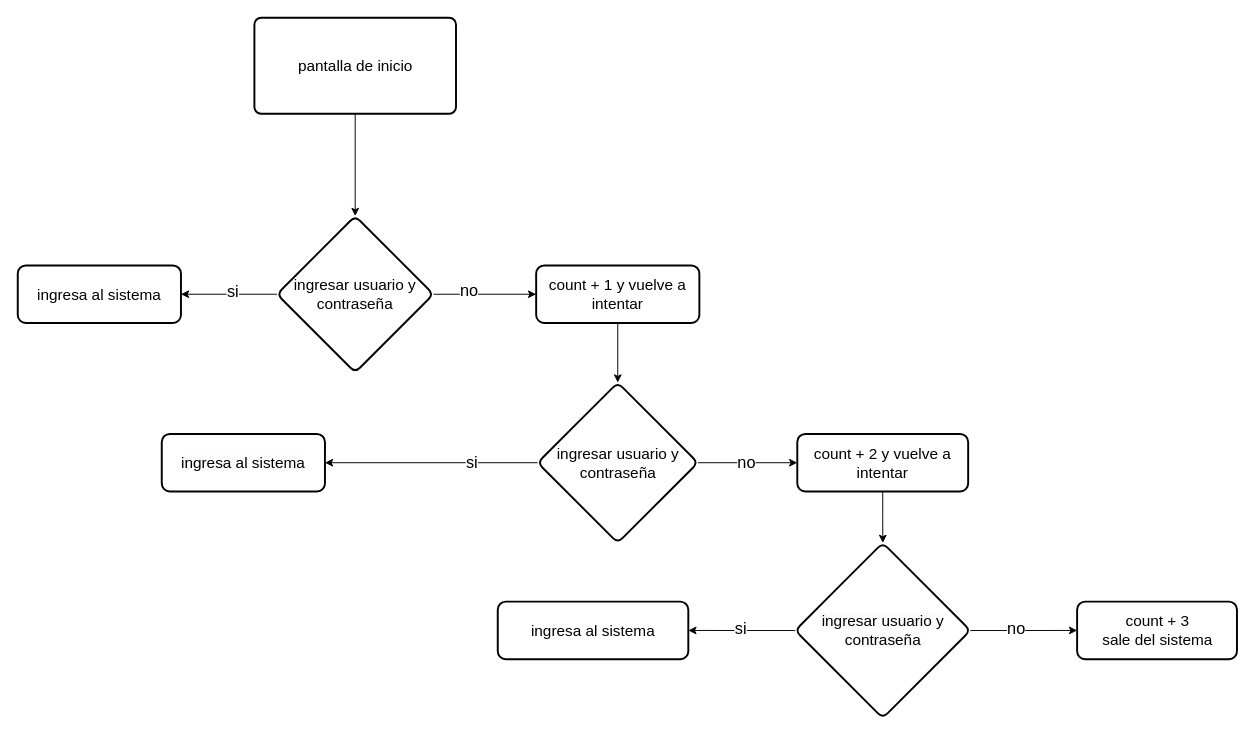
The draw.io diagram Diagrama sin título.drawio in cuerojr/tp-1-ayed, before the edit. Source tidied: cells renumbered, new cells numbered last; positions are measured from the earlier drawing's top-left corner, leaving out a move shared by most shapes. Both pictures are drawn from the tidied source at 96%, with x=0, y=0 at pixel (17, 17).
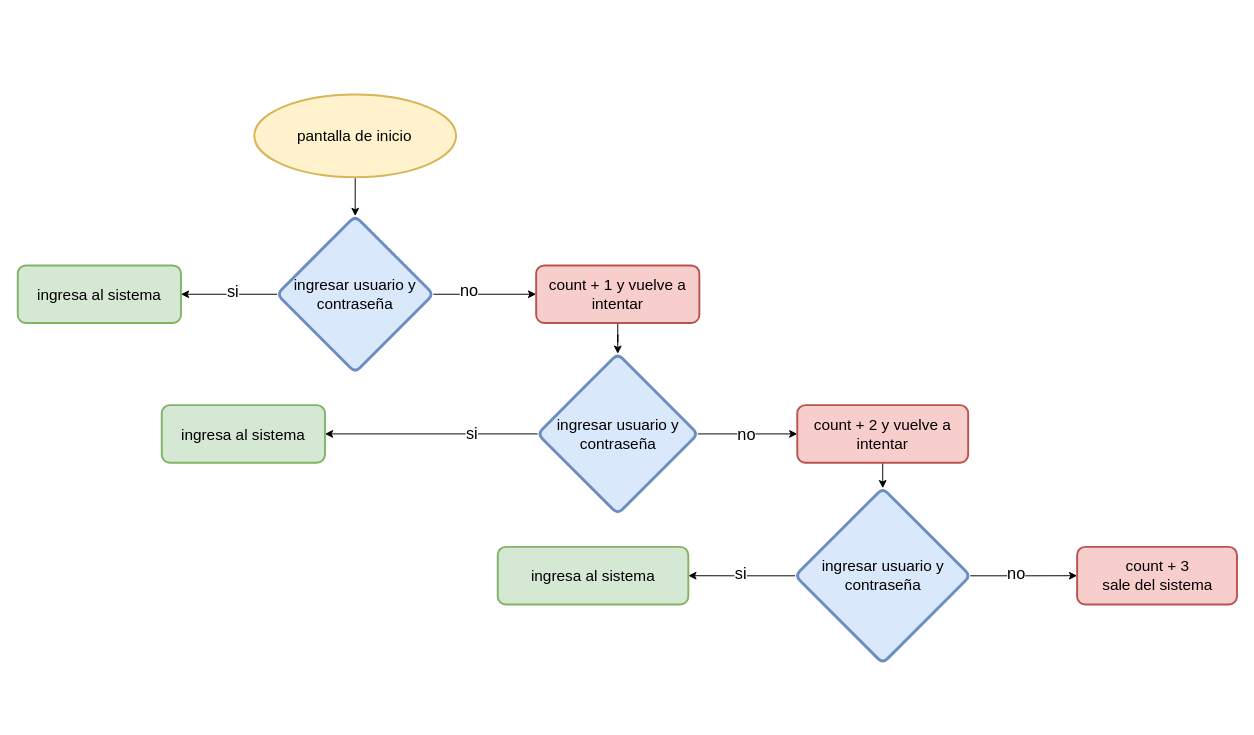
The same page after the edit.

What changed in the source:
```diff
@@
-    <mxCell id="2" style="edgeStyle=orthogonalEdgeStyle;rounded=0;jettySize=auto;html=1;" parent="1" edge="1" source="3" target="8">
-      <mxGeometry relative="1" as="geometry" />
-    </mxCell>
-    <mxCell id="3" value="&lt;font style=&quot;font-size: 16px;&quot;&gt;pantalla de inicio&lt;/font&gt;" style="rounded=1;whiteSpace=wrap;html=1;absoluteArcSize=1;arcSize=14;strokeWidth=2;" parent="1" vertex="1">
-      <mxGeometry x="246.5" width="210" height="100" as="geometry" />
-    </mxCell>
@@
-    <mxCell id="8" value="&lt;font style=&quot;font-size: 16px;&quot;&gt;ingresar usuario y contraseña&lt;/font&gt;" style="rhombus;whiteSpace=wrap;html=1;rounded=1;arcSize=14;strokeWidth=2;" parent="1" vertex="1">
+    <mxCell id="8" value="&lt;font style=&quot;font-size: 16px;&quot;&gt;ingresar usuario y contraseña&lt;/font&gt;" style="rhombus;whiteSpace=wrap;html=1;rounded=1;arcSize=14;strokeWidth=3;strokeColor=#6c8ebf;fillColor=#dae8fc;" parent="1" vertex="1">
       <mxGeometry x="270" y="206.5" width="163" height="163" as="geometry" />
     </mxCell>
-    <mxCell id="9" value="&lt;font style=&quot;font-size: 16px;&quot;&gt;ingresa al sistema&lt;/font&gt;" style="whiteSpace=wrap;html=1;rounded=1;arcSize=14;strokeWidth=2;" parent="1" vertex="1">
+    <mxCell id="9" value="&lt;font style=&quot;font-size: 16px;&quot;&gt;ingresa al sistema&lt;/font&gt;" style="whiteSpace=wrap;html=1;rounded=1;arcSize=14;strokeWidth=2;fillColor=#d5e8d4;strokeColor=#82b366;" parent="1" vertex="1">
       <mxGeometry y="258" width="170" height="60" as="geometry" />
     </mxCell>
@@
-    <mxCell id="11" value="&lt;font style=&quot;font-size: 16px;&quot;&gt;count + 1 y vuelve a intentar&lt;/font&gt;" style="whiteSpace=wrap;html=1;rounded=1;arcSize=14;strokeWidth=2;" parent="1" vertex="1">
+    <mxCell id="11" value="&lt;font style=&quot;font-size: 16px;&quot;&gt;count + 1 y vuelve a intentar&lt;/font&gt;" style="whiteSpace=wrap;html=1;rounded=1;arcSize=14;strokeWidth=2;fillColor=#f8cecc;strokeColor=#b85450;" parent="1" vertex="1">
       <mxGeometry x="540" y="258" width="170" height="60" as="geometry" />
     </mxCell>
@@
-    <mxCell id="16" value="&lt;span style=&quot;font-size: 16px;&quot;&gt;ingresar usuario y contraseña&lt;/span&gt;" style="rhombus;whiteSpace=wrap;html=1;rounded=1;arcSize=14;strokeWidth=2;" parent="1" vertex="1">
-      <mxGeometry x="541.5" y="380" width="167" height="167" as="geometry" />
+    <mxCell id="16" value="&lt;span style=&quot;font-size: 16px;&quot;&gt;ingresar usuario y contraseña&lt;/span&gt;" style="rhombus;whiteSpace=wrap;html=1;rounded=1;arcSize=14;strokeWidth=3;strokeColor=#6c8ebf;fillColor=#dae8fc;" parent="1" vertex="1">
+      <mxGeometry x="541.5" y="350" width="167" height="167" as="geometry" />
     </mxCell>
-    <mxCell id="17" value="&lt;span style=&quot;color: rgb(0, 0, 0); font-family: Helvetica; font-size: 16px; font-style: normal; font-variant-ligatures: normal; font-variant-caps: normal; font-weight: 400; letter-spacing: normal; orphans: 2; text-align: center; text-indent: 0px; text-transform: none; widows: 2; word-spacing: 0px; -webkit-text-stroke-width: 0px; white-space: normal; background-color: rgb(251, 251, 251); text-decoration-thickness: initial; text-decoration-style: initial; text-decoration-color: initial; display: inline !important; float: none;&quot;&gt;ingresa al sistema&lt;/span&gt;" style="whiteSpace=wrap;html=1;rounded=1;arcSize=14;strokeWidth=2;" parent="1" vertex="1">
-      <mxGeometry x="150" y="433.5" width="170" height="60" as="geometry" />
+    <mxCell id="17" value="&lt;span style=&quot;color: rgb(0, 0, 0); font-family: Helvetica; font-size: 16px; font-style: normal; font-variant-ligatures: normal; font-variant-caps: normal; font-weight: 400; letter-spacing: normal; orphans: 2; text-align: center; text-indent: 0px; text-transform: none; widows: 2; word-spacing: 0px; -webkit-text-stroke-width: 0px; white-space: normal; text-decoration-thickness: initial; text-decoration-style: initial; text-decoration-color: initial; float: none; display: inline !important;&quot;&gt;ingresa al sistema&lt;/span&gt;" style="whiteSpace=wrap;html=1;rounded=1;arcSize=14;strokeWidth=2;fillColor=#d5e8d4;strokeColor=#82b366;" parent="1" vertex="1">
+      <mxGeometry x="150" y="403.5" width="170" height="60" as="geometry" />
     </mxCell>
@@
-    <mxCell id="19" value="&lt;span style=&quot;font-size: 16px;&quot;&gt;count + 2 y vuelve a intentar&lt;/span&gt;" style="whiteSpace=wrap;html=1;rounded=1;arcSize=14;strokeWidth=2;" parent="1" vertex="1">
-      <mxGeometry x="812" y="433.5" width="178" height="60" as="geometry" />
+    <mxCell id="19" value="&lt;span style=&quot;font-size: 16px;&quot;&gt;count + 2 y vuelve a intentar&lt;/span&gt;" style="whiteSpace=wrap;html=1;rounded=1;arcSize=14;strokeWidth=2;fillColor=#f8cecc;strokeColor=#b85450;" parent="1" vertex="1">
+      <mxGeometry x="812" y="403.5" width="178" height="60" as="geometry" />
     </mxCell>
@@
-    <mxCell id="24" value="&lt;span style=&quot;color: rgb(0, 0, 0); font-family: Helvetica; font-size: 16px; font-style: normal; font-variant-ligatures: normal; font-variant-caps: normal; font-weight: 400; letter-spacing: normal; orphans: 2; text-align: center; text-indent: 0px; text-transform: none; widows: 2; word-spacing: 0px; -webkit-text-stroke-width: 0px; white-space: normal; background-color: rgb(251, 251, 251); text-decoration-thickness: initial; text-decoration-style: initial; text-decoration-color: initial; display: inline !important; float: none;&quot;&gt;ingresar usuario y contraseña&lt;/span&gt;" style="rhombus;whiteSpace=wrap;html=1;rounded=1;arcSize=14;strokeWidth=2;" parent="1" vertex="1">
-      <mxGeometry x="809.8" y="547" width="182.5" height="182.5" as="geometry" />
+    <mxCell id="24" value="&lt;span style=&quot;color: rgb(0, 0, 0); font-family: Helvetica; font-size: 16px; font-style: normal; font-variant-ligatures: normal; font-variant-caps: normal; font-weight: 400; letter-spacing: normal; orphans: 2; text-align: center; text-indent: 0px; text-transform: none; widows: 2; word-spacing: 0px; -webkit-text-stroke-width: 0px; white-space: normal; text-decoration-thickness: initial; text-decoration-style: initial; text-decoration-color: initial; float: none; display: inline !important;&quot;&gt;ingresar usuario y contraseña&lt;/span&gt;" style="rhombus;whiteSpace=wrap;html=1;rounded=1;arcSize=14;strokeWidth=3;strokeColor=#6c8ebf;fillColor=#dae8fc;" parent="1" vertex="1">
+      <mxGeometry x="809.8" y="490" width="182.5" height="182.5" as="geometry" />
     </mxCell>
-    <mxCell id="25" value="&lt;span style=&quot;font-size: 16px;&quot;&gt;ingresa al sistema&lt;/span&gt;" style="whiteSpace=wrap;html=1;rounded=1;arcSize=14;strokeWidth=2;" parent="1" vertex="1">
-      <mxGeometry x="500" y="608.2" width="198.5" height="60" as="geometry" />
+    <mxCell id="25" value="&lt;span style=&quot;font-size: 16px;&quot;&gt;ingresa al sistema&lt;/span&gt;" style="whiteSpace=wrap;html=1;rounded=1;arcSize=14;strokeWidth=2;fillColor=#d5e8d4;strokeColor=#82b366;" parent="1" vertex="1">
+      <mxGeometry x="500" y="551.2" width="198.5" height="60" as="geometry" />
     </mxCell>
-    <mxCell id="26" value="&lt;div&gt;&lt;span style=&quot;font-size: 16px; background-color: initial;&quot;&gt;count + 3&lt;/span&gt;&lt;/div&gt;&lt;div&gt;&lt;span style=&quot;font-size: 16px;&quot;&gt;sale del sistema&lt;/span&gt;&lt;/div&gt;" style="whiteSpace=wrap;html=1;rounded=1;arcSize=14;strokeWidth=2;" parent="1" vertex="1">
-      <mxGeometry x="1103.5" y="608.2" width="166.5" height="60" as="geometry" />
+    <mxCell id="26" value="&lt;div&gt;&lt;span style=&quot;font-size: 16px; background-color: initial;&quot;&gt;count + 3&lt;/span&gt;&lt;/div&gt;&lt;div&gt;&lt;span style=&quot;font-size: 16px;&quot;&gt;sale del sistema&lt;/span&gt;&lt;/div&gt;" style="whiteSpace=wrap;html=1;rounded=1;arcSize=14;strokeWidth=2;fillColor=#f8cecc;strokeColor=#b85450;" parent="1" vertex="1">
+      <mxGeometry x="1103.5" y="551.2" width="166.5" height="60" as="geometry" />
     </mxCell>
+    <mxCell id="2" style="edgeStyle=orthogonalEdgeStyle;rounded=0;jettySize=auto;html=1;" parent="1" edge="1" source="3" target="8">
+      <mxGeometry relative="1" as="geometry" />
+    </mxCell>
+    <mxCell id="3" value="&lt;span style=&quot;font-size: 16px;&quot;&gt;pantalla de inicio&lt;/span&gt;" style="strokeWidth=2;html=1;shape=mxgraph.flowchart.start_1;whiteSpace=wrap;fillColor=#fff2cc;strokeColor=#d6b656;" parent="1" vertex="1">
+      <mxGeometry x="246.4" y="80" width="210.2" height="86" as="geometry" />
+    </mxCell>
```
